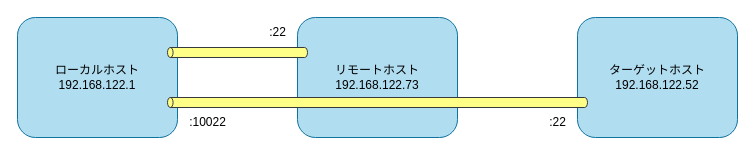
9506hqwy/bash_study_notes keeps this draw.io diagram as _static/image/ssh_portforwarding_local.drawio. Above is the earlier version. Source tidied: cells renumbered, new cells numbered last; positions are measured from the earlier drawing's top-left corner, leaving out a move shared by most shapes. Both pictures are drawn from the tidied source at 100%, with x=0, y=0 at pixel (17, 17).
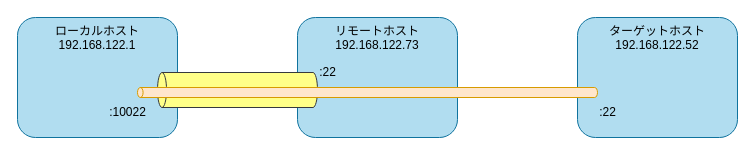
The same diagram, later.

Diff of the diagram source:
```diff
@@
 <mxGraphModel>
   <root>
     <mxCell id="0" />
     <mxCell id="1" parent="0" />
-    <mxCell id="2" value="&lt;div&gt;ローカルホスト&lt;/div&gt;&lt;div&gt;192.168.122.1&lt;/div&gt;" style="rounded=1;whiteSpace=wrap;html=1;fillColor=#b1ddf0;strokeColor=#10739e;" parent="1" vertex="1">
+    <mxCell id="2" value="&lt;div&gt;ローカルホスト&lt;/div&gt;&lt;div&gt;192.168.122.1&lt;/div&gt;" style="rounded=1;whiteSpace=wrap;html=1;fillColor=#b1ddf0;strokeColor=#10739e;verticalAlign=top;" parent="1" vertex="1">
       <mxGeometry width="160" height="120" as="geometry" />
     </mxCell>
-    <mxCell id="3" value="&lt;div&gt;リモートホスト&lt;/div&gt;&lt;div&gt;192.168.122.73&lt;/div&gt;" style="rounded=1;whiteSpace=wrap;html=1;fillColor=#b1ddf0;strokeColor=#10739e;" parent="1" vertex="1">
+    <mxCell id="3" value="&lt;div&gt;リモートホスト&lt;/div&gt;&lt;div&gt;192.168.122.73&lt;/div&gt;" style="rounded=1;whiteSpace=wrap;html=1;fillColor=#b1ddf0;strokeColor=#10739e;verticalAlign=top;" parent="1" vertex="1">
       <mxGeometry x="280" width="160" height="120" as="geometry" />
     </mxCell>
-    <mxCell id="4" value="&lt;div&gt;ターゲットホスト&lt;/div&gt;&lt;div&gt;192.168.122.52&lt;/div&gt;" style="rounded=1;whiteSpace=wrap;html=1;fillColor=#b1ddf0;strokeColor=#10739e;" parent="1" vertex="1">
+    <mxCell id="4" value="&lt;div&gt;ターゲットホスト&lt;/div&gt;&lt;div&gt;192.168.122.52&lt;/div&gt;" style="rounded=1;whiteSpace=wrap;html=1;fillColor=#b1ddf0;strokeColor=#10739e;verticalAlign=top;" parent="1" vertex="1">
       <mxGeometry x="560" width="160" height="120" as="geometry" />
     </mxCell>
-    <mxCell id="5" style="shape=cylinder3;whiteSpace=wrap;html=1;boundedLbl=1;backgroundOutline=1;size=2.7931034482759856;direction=north;fillColor=#ffff88;strokeColor=#36393d;" parent="1" vertex="1">
-      <mxGeometry x="150" y="30" width="140" height="10" as="geometry" />
+    <mxCell id="5" style="shape=cylinder3;whiteSpace=wrap;html=1;boundedLbl=1;backgroundOutline=1;size=4.517241379310406;direction=north;fillColor=#ffff88;strokeColor=#36393d;" parent="1" vertex="1">
+      <mxGeometry x="140" y="55" width="160" height="35" as="geometry" />
     </mxCell>
-    <mxCell id="6" style="shape=cylinder3;whiteSpace=wrap;html=1;boundedLbl=1;backgroundOutline=1;size=2.7931034482759856;direction=north;fillColor=#ffff88;strokeColor=#36393d;" parent="1" vertex="1">
-      <mxGeometry x="150" y="80" width="420" height="10" as="geometry" />
+    <mxCell id="6" style="shape=cylinder3;whiteSpace=wrap;html=1;boundedLbl=1;backgroundOutline=1;size=2.7931034482759856;direction=north;fillColor=#ffe6cc;strokeColor=#d79b00;" parent="1" vertex="1">
+      <mxGeometry x="120" y="70" width="460" height="10" as="geometry" />
     </mxCell>
     <mxCell id="7" value=":22" style="text;html=1;align=center;verticalAlign=middle;strokeColor=none;fillColor=none;" parent="1" vertex="1">
-      <mxGeometry x="240" width="40" height="30" as="geometry" />
+      <mxGeometry x="290" y="40" width="40" height="30" as="geometry" />
     </mxCell>
     <mxCell id="8" value=":10022" style="text;html=1;align=center;verticalAlign=middle;strokeColor=none;fillColor=none;" parent="1" vertex="1">
-      <mxGeometry x="160" y="90" width="60" height="30" as="geometry" />
+      <mxGeometry x="80" y="80" width="60" height="30" as="geometry" />
     </mxCell>
     <mxCell id="9" value=":22" style="text;html=1;align=center;verticalAlign=middle;strokeColor=none;fillColor=none;" parent="1" vertex="1">
-      <mxGeometry x="520" y="90" width="40" height="30" as="geometry" />
+      <mxGeometry x="570" y="80" width="40" height="30" as="geometry" />
     </mxCell>
   </root>
 </mxGraphModel>
```
